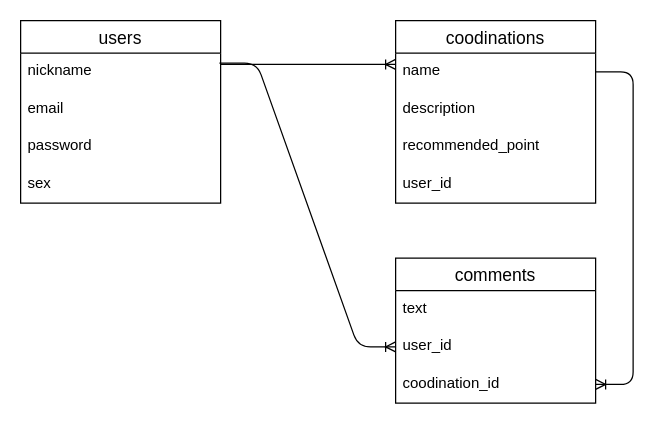
The draw.io diagram test.dio in tora1000/wewear, before the edit. Source tidied: cells renumbered, new cells numbered last; positions are measured from the earlier drawing's top-left corner, leaving out a move shared by most shapes. Both pictures are drawn from the tidied source at 125%, with x=0, y=0 at pixel (20, 20).
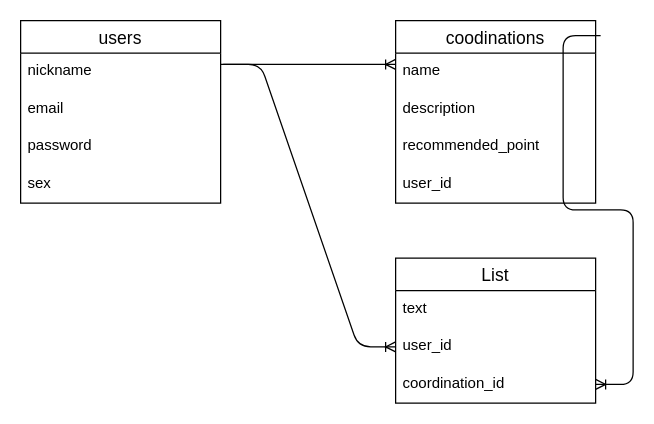
The same diagram, later.

The edit, as a diff of the source:
```diff
@@
 <mxGraphModel>
   <root>
     <mxCell id="0" />
     <mxCell id="1" parent="0" />
     <mxCell id="2" style="edgeStyle=entityRelationEdgeStyle;fontSize=12;html=1;endArrow=ERoneToMany;exitX=1;exitY=0.5;exitDx=0;exitDy=0;entryX=0;entryY=0.5;entryDx=0;entryDy=0;" parent="1" edge="1">
       <mxGeometry relative="1" as="geometry">
         <mxPoint x="160" y="35" as="sourcePoint" />
         <mxPoint x="300" y="35" as="targetPoint" />
       </mxGeometry>
     </mxCell>
     <mxCell id="3" value="users" style="swimlane;fontStyle=0;horizontal=1;startSize=26;align=center;fontSize=14;" parent="1" vertex="1">
       <mxGeometry width="160" height="146" as="geometry" />
     </mxCell>
     <mxCell id="4" value="nickname" style="text;strokeColor=none;fillColor=none;spacingLeft=4;spacingRight=4;overflow=hidden;points=[[0,0.5],[1,0.5]];portConstraint=eastwest;fontSize=12;" parent="3" vertex="1">
       <mxGeometry y="26" width="160" height="30" as="geometry" />
     </mxCell>
     <mxCell id="5" value="email" style="text;strokeColor=none;fillColor=none;spacingLeft=4;spacingRight=4;overflow=hidden;fontSize=12;" parent="3" vertex="1">
       <mxGeometry y="56" width="160" height="30" as="geometry" />
     </mxCell>
     <mxCell id="6" value="password" style="text;strokeColor=none;fillColor=none;spacingLeft=4;spacingRight=4;overflow=hidden;fontSize=12;" parent="3" vertex="1">
       <mxGeometry y="86" width="160" height="30" as="geometry" />
     </mxCell>
     <mxCell id="7" value="sex" style="text;strokeColor=none;fillColor=none;spacingLeft=4;spacingRight=4;overflow=hidden;fontSize=12;" parent="3" vertex="1">
       <mxGeometry y="116" width="160" height="30" as="geometry" />
     </mxCell>
     <mxCell id="8" value="coodinations" style="swimlane;fontStyle=0;horizontal=1;startSize=26;align=center;fontSize=14;" parent="1" vertex="1">
       <mxGeometry x="300" width="160" height="146" as="geometry" />
     </mxCell>
     <mxCell id="9" value="name" style="text;strokeColor=none;fillColor=none;spacingLeft=4;spacingRight=4;overflow=hidden;points=[[0,0.5],[1,0.5]];portConstraint=eastwest;fontSize=12;" parent="8" vertex="1">
       <mxGeometry y="26" width="160" height="30" as="geometry" />
     </mxCell>
     <mxCell id="10" value="description" style="text;strokeColor=none;fillColor=none;spacingLeft=4;spacingRight=4;overflow=hidden;fontSize=12;" parent="8" vertex="1">
       <mxGeometry y="56" width="160" height="30" as="geometry" />
     </mxCell>
     <mxCell id="11" value="recommended_point&#10;" style="text;strokeColor=none;fillColor=none;spacingLeft=4;spacingRight=4;overflow=hidden;fontSize=12;" parent="8" vertex="1">
       <mxGeometry y="86" width="160" height="30" as="geometry" />
     </mxCell>
     <mxCell id="12" value="user_id" style="text;strokeColor=none;fillColor=none;spacingLeft=4;spacingRight=4;overflow=hidden;fontSize=12;" parent="8" vertex="1">
       <mxGeometry y="116" width="160" height="30" as="geometry" />
     </mxCell>
-    <mxCell id="13" style="edgeStyle=entityRelationEdgeStyle;fontSize=12;html=1;endArrow=ERoneToMany;exitX=0.994;exitY=0.267;exitDx=0;exitDy=0;exitPerimeter=0;entryX=0;entryY=0.5;entryDx=0;entryDy=0;" parent="1" edge="1" source="4" target="16">
+    <mxCell id="13" style="edgeStyle=entityRelationEdgeStyle;fontSize=12;html=1;endArrow=ERoneToMany;exitX=1.013;exitY=0.3;exitDx=0;exitDy=0;exitPerimeter=0;entryX=0;entryY=0.5;entryDx=0;entryDy=0;" parent="1" edge="1" source="4" target="17">
       <mxGeometry relative="1" as="geometry" />
     </mxCell>
-    <mxCell id="14" value="comments" style="swimlane;fontStyle=0;horizontal=1;startSize=26;align=center;fontSize=14;" parent="1" vertex="1">
+    <mxCell id="14" value="List" style="swimlane;fontStyle=0;horizontal=1;startSize=26;align=center;fontSize=14;" parent="1" vertex="1">
       <mxGeometry x="300" y="190" width="160" height="116" as="geometry" />
     </mxCell>
-    <mxCell id="15" value="text" style="text;strokeColor=none;fillColor=none;spacingLeft=4;spacingRight=4;overflow=hidden;points=[[0,0.5],[1,0.5]];portConstraint=eastwest;fontSize=12;" parent="14" vertex="1">
-      <mxGeometry y="26" width="160" height="30" as="geometry" />
-    </mxCell>
-    <mxCell id="16" value="user_id" style="text;strokeColor=none;fillColor=none;spacingLeft=4;spacingRight=4;overflow=hidden;points=[[0,0.5],[1,0.5]];portConstraint=eastwest;fontSize=12;" parent="14" vertex="1">
-      <mxGeometry y="56" width="160" height="30" as="geometry" />
+    <mxCell id="16" value="text" style="text;strokeColor=none;fillColor=none;spacingLeft=4;spacingRight=4;overflow=hidden;points=[[0,0.5],[1,0.5]];portConstraint=eastwest;fontSize=12;" parent="14" vertex="1">
+      <mxGeometry y="26" width="160" height="30" as="geometry" />
     </mxCell>
-    <mxCell id="17" value="coodination_id" style="text;strokeColor=none;fillColor=none;spacingLeft=4;spacingRight=4;overflow=hidden;points=[[0,0.5],[1,0.5]];portConstraint=eastwest;fontSize=12;" parent="14" vertex="1">
-      <mxGeometry y="86" width="160" height="30" as="geometry" />
+    <mxCell id="17" value="user_id" style="text;strokeColor=none;fillColor=none;spacingLeft=4;spacingRight=4;overflow=hidden;points=[[0,0.5],[1,0.5]];portConstraint=eastwest;fontSize=12;" parent="14" vertex="1">
+      <mxGeometry y="56" width="160" height="30" as="geometry" />
     </mxCell>
+    <mxCell id="15" value="coordination_id" style="text;strokeColor=none;fillColor=none;spacingLeft=4;spacingRight=4;overflow=hidden;points=[[0,0.5],[1,0.5]];portConstraint=eastwest;fontSize=12;" parent="14" vertex="1">
+      <mxGeometry y="86" width="160" height="30" as="geometry" />
+    </mxCell>
-    <mxCell id="18" style="edgeStyle=entityRelationEdgeStyle;fontSize=12;html=1;endArrow=ERoneToMany;exitX=1;exitY=0.5;exitDx=0;exitDy=0;" parent="1" edge="1" source="9" target="17">
+    <mxCell id="18" style="edgeStyle=entityRelationEdgeStyle;fontSize=12;html=1;endArrow=ERoneToMany;exitX=1.025;exitY=0.082;exitDx=0;exitDy=0;exitPerimeter=0;" parent="1" edge="1" source="8" target="15">
       <mxGeometry relative="1" as="geometry" />
     </mxCell>
   </root>
 </mxGraphModel>
```
